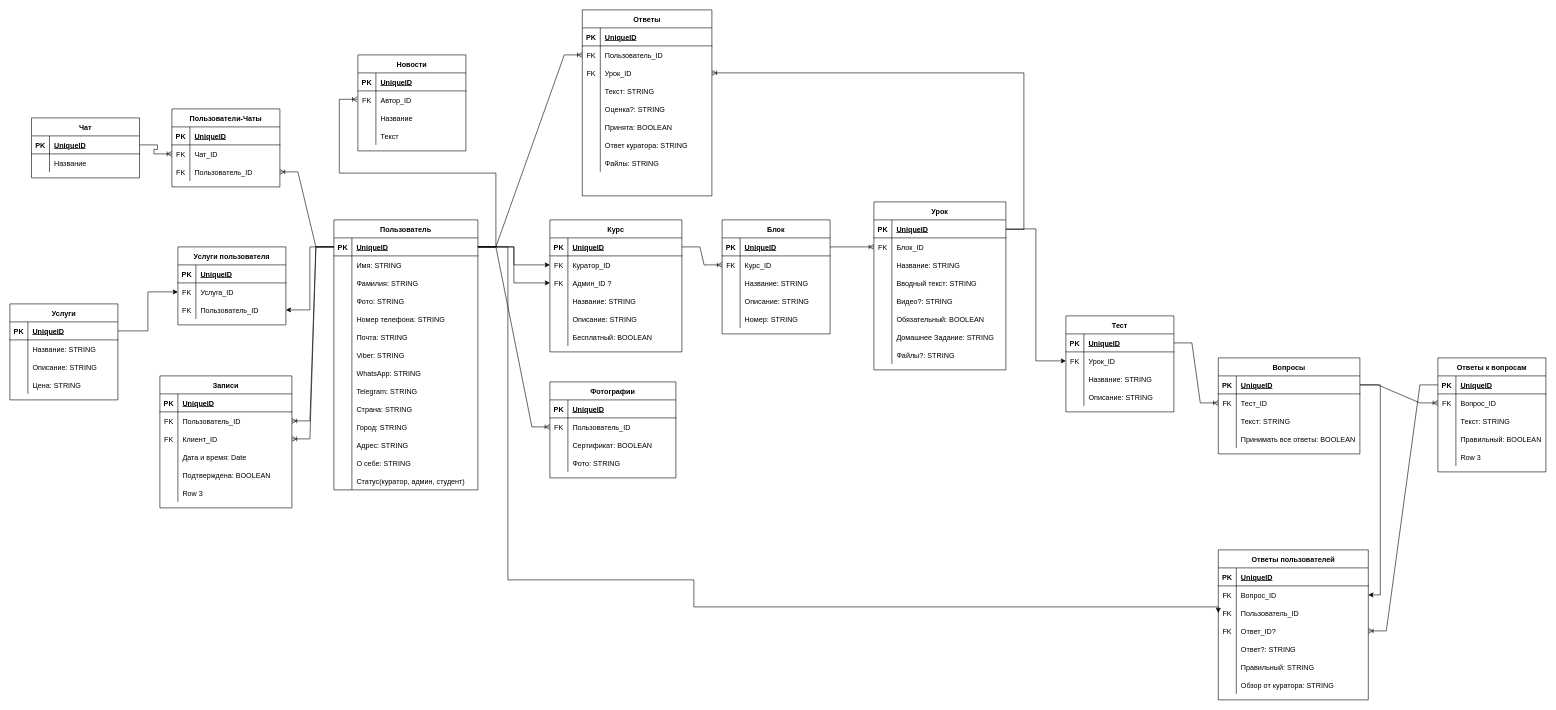
Above: Untitled Diagram.drawio in Isas2g/- (draw.io), before the change. Source tidied: cells renumbered, new cells numbered last; positions are measured from the earlier drawing's top-left corner, leaving out a move shared by most shapes. Both pictures are drawn from the tidied source at 60%, with x=0, y=0 at pixel (10, 10).
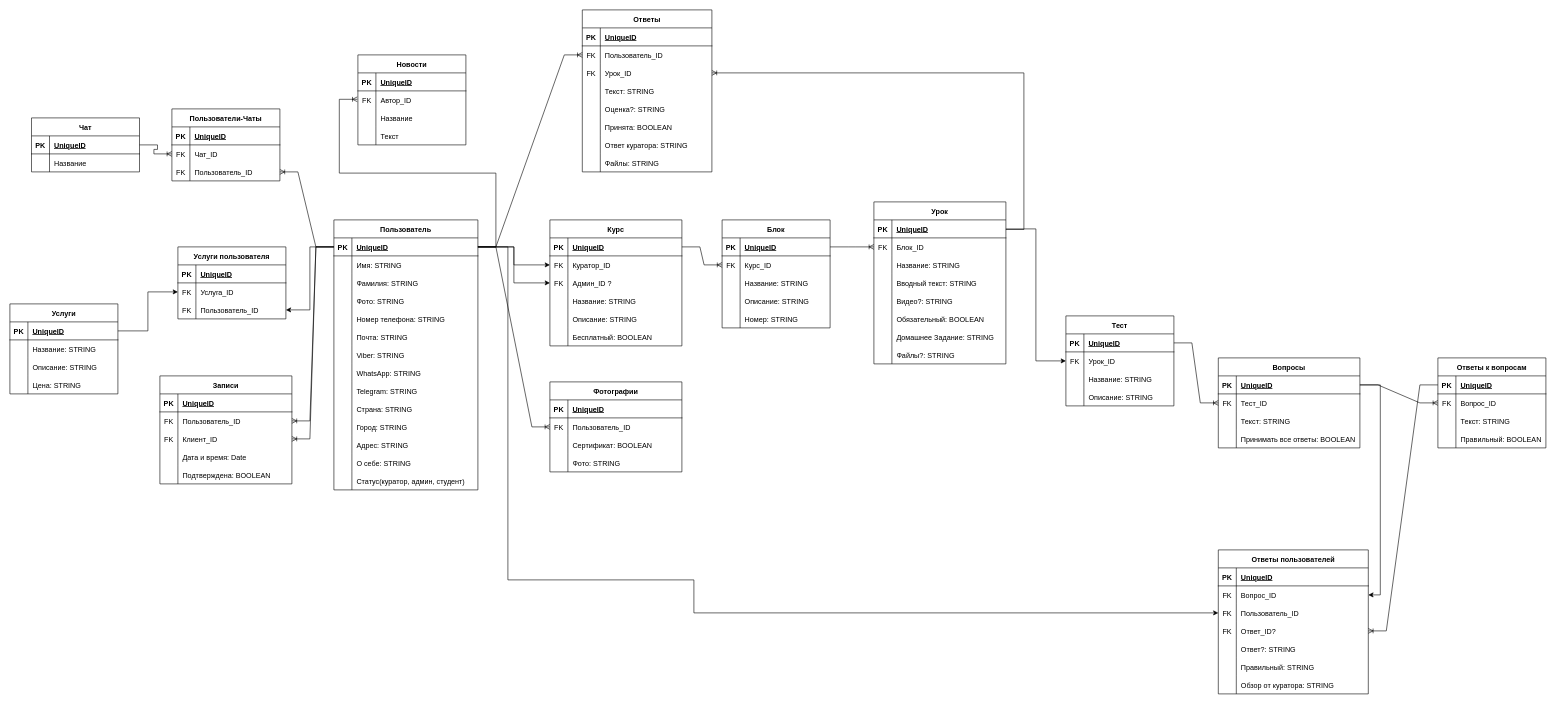
After the change.

Unchanged cells that the change refers to:
```xml
<mxCell id="3" style="shape=tableRow;horizontal=0;startSize=0;swimlaneHead=0;swimlaneBody=0;fillColor=none;points=[[0,0.5],[1,0.5]];portConstraint=eastwest;top=0;left=0;right=0;bottom=1;" parent="2" vertex="1">
  <mxGeometry y="30" width="240" height="30" as="geometry" />
</mxCell>
<mxCell id="269" style="shape=tableRow;horizontal=0;startSize=0;swimlaneHead=0;swimlaneBody=0;fillColor=none;points=[[0,0.5],[1,0.5]];portConstraint=eastwest;top=0;left=0;right=0;bottom=0;" parent="262" vertex="1">
  <mxGeometry y="90" width="250" height="30" as="geometry" />
</mxCell>
```

The edit, as a diff of the source:
```diff
@@
     <mxCell id="45" value="Новости" style="shape=table;startSize=30;childLayout=tableLayout;rowLines=0;fontStyle=1;align=center;" parent="1" vertex="1">
-      <mxGeometry x="580" y="75" width="180" height="160" as="geometry" />
+      <mxGeometry x="580" y="75" width="180" height="150" as="geometry" />
     </mxCell>
@@
     <mxCell id="58" value="Курс" style="shape=table;startSize=30;childLayout=tableLayout;rowLines=0;fontStyle=1;align=center;" parent="1" vertex="1">
-      <mxGeometry x="900" y="350" width="220" height="220" as="geometry" />
+      <mxGeometry x="900" y="350" width="220" height="210" as="geometry" />
     </mxCell>
@@
     <mxCell id="79" value="Урок" style="shape=table;startSize=30;childLayout=tableLayout;rowLines=0;fontStyle=1;align=center;" parent="1" vertex="1">
-      <mxGeometry x="1440" y="320" width="220" height="280" as="geometry" />
+      <mxGeometry x="1440" y="320" width="220" height="270" as="geometry" />
     </mxCell>
@@
     <mxCell id="104" value="Блок" style="shape=table;startSize=30;childLayout=tableLayout;rowLines=0;fontStyle=1;align=center;" parent="1" vertex="1">
-      <mxGeometry x="1187" y="350" width="180" height="190" as="geometry" />
+      <mxGeometry x="1187" y="350" width="180" height="180" as="geometry" />
     </mxCell>
@@
     <mxCell id="122" value="Фотографии" style="shape=table;startSize=30;childLayout=tableLayout;rowLines=0;fontStyle=1;align=center;" parent="1" vertex="1">
-      <mxGeometry x="900" y="620" width="210" height="160" as="geometry" />
+      <mxGeometry x="900" y="620" width="220" height="150" as="geometry" />
     </mxCell>
     <mxCell id="123" style="shape=tableRow;horizontal=0;startSize=0;swimlaneHead=0;swimlaneBody=0;fillColor=none;top=0;left=0;right=0;bottom=1;" parent="122" vertex="1">
-      <mxGeometry y="30" width="210" height="30" as="geometry" />
+      <mxGeometry y="30" width="220" height="30" as="geometry" />
     </mxCell>
@@
     <mxCell id="125" value="UniqueID" style="shape=partialRectangle;fillColor=none;top=0;left=0;bottom=0;right=0;align=left;spacingLeft=6;fontStyle=5;overflow=hidden;" parent="123" vertex="1">
-      <mxGeometry x="30" width="180" height="30" as="geometry" />
+      <mxGeometry x="30" width="190" height="30" as="geometry" />
     </mxCell>
     <mxCell id="126" style="shape=tableRow;horizontal=0;startSize=0;swimlaneHead=0;swimlaneBody=0;fillColor=none;points=[[0,0.5],[1,0.5]];portConstraint=eastwest;top=0;left=0;right=0;bottom=0;" parent="122" vertex="1">
-      <mxGeometry y="60" width="210" height="30" as="geometry" />
+      <mxGeometry y="60" width="220" height="30" as="geometry" />
     </mxCell>
@@
     <mxCell id="128" value="Пользователь_ID" style="shape=partialRectangle;fillColor=none;top=0;left=0;bottom=0;right=0;align=left;spacingLeft=6;fontStyle=0;overflow=hidden;" parent="126" vertex="1">
-      <mxGeometry x="30" width="180" height="30" as="geometry" />
+      <mxGeometry x="30" width="190" height="30" as="geometry" />
     </mxCell>
     <mxCell id="129" style="shape=tableRow;horizontal=0;startSize=0;swimlaneHead=0;swimlaneBody=0;fillColor=none;top=0;left=0;right=0;bottom=0;" parent="122" vertex="1">
-      <mxGeometry y="90" width="210" height="30" as="geometry" />
+      <mxGeometry y="90" width="220" height="30" as="geometry" />
     </mxCell>
@@
     <mxCell id="131" value="Сертификат: BOOLEAN" style="shape=partialRectangle;fillColor=none;top=0;left=0;bottom=0;right=0;align=left;spacingLeft=6;overflow=hidden;" parent="129" vertex="1">
-      <mxGeometry x="30" width="180" height="30" as="geometry" />
+      <mxGeometry x="30" width="190" height="30" as="geometry" />
     </mxCell>
     <mxCell id="132" style="shape=tableRow;horizontal=0;startSize=0;swimlaneHead=0;swimlaneBody=0;fillColor=none;top=0;left=0;right=0;bottom=0;" parent="122" vertex="1">
-      <mxGeometry y="120" width="210" height="30" as="geometry" />
+      <mxGeometry y="120" width="220" height="30" as="geometry" />
     </mxCell>
@@
     <mxCell id="134" value="Фото: STRING" style="shape=partialRectangle;fillColor=none;top=0;left=0;bottom=0;right=0;align=left;spacingLeft=6;overflow=hidden;" parent="132" vertex="1">
-      <mxGeometry x="30" width="180" height="30" as="geometry" />
+      <mxGeometry x="30" width="190" height="30" as="geometry" />
     </mxCell>
@@
     <mxCell id="136" value="Услуги" style="shape=table;startSize=30;childLayout=tableLayout;rowLines=0;fontStyle=1;align=center;" parent="1" vertex="1">
-      <mxGeometry y="490" width="180" height="160" as="geometry" />
+      <mxGeometry y="490" width="180" height="150" as="geometry" />
     </mxCell>
@@
     <mxCell id="149" value="Услуги пользователя" style="shape=table;startSize=30;childLayout=tableLayout;rowLines=0;fontStyle=1;align=center;" parent="1" vertex="1">
-      <mxGeometry x="280" y="395" width="180" height="130" as="geometry" />
+      <mxGeometry x="280" y="395" width="180" height="120" as="geometry" />
     </mxCell>
@@
     <mxCell id="161" value="Ответы" style="shape=table;startSize=30;childLayout=tableLayout;rowLines=0;fontStyle=1;align=center;" parent="1" vertex="1">
-      <mxGeometry x="954" width="216" height="310" as="geometry" />
+      <mxGeometry x="954" width="216" height="270" as="geometry" />
     </mxCell>
@@
     <mxCell id="188" value="Записи" style="shape=table;startSize=30;childLayout=tableLayout;rowLines=0;fontStyle=1;align=center;" parent="1" vertex="1">
-      <mxGeometry x="250" y="610" width="220" height="220" as="geometry" />
+      <mxGeometry x="250" y="610" width="220" height="180" as="geometry" />
     </mxCell>
@@
-    <mxCell id="204" style="shape=tableRow;horizontal=0;startSize=0;swimlaneHead=0;swimlaneBody=0;fillColor=none;top=0;left=0;right=0;bottom=0;" parent="188" vertex="1">
-      <mxGeometry y="180" width="220" height="30" as="geometry" />
-    </mxCell>
-    <mxCell id="205" style="shape=partialRectangle;fillColor=none;top=0;left=0;bottom=0;right=0;overflow=hidden;" parent="204" vertex="1">
-      <mxGeometry width="30" height="30" as="geometry" />
-    </mxCell>
-    <mxCell id="206" value="Row 3" style="shape=partialRectangle;fillColor=none;top=0;left=0;bottom=0;right=0;align=left;spacingLeft=6;overflow=hidden;" parent="204" vertex="1">
-      <mxGeometry x="30" width="190" height="30" as="geometry" />
-    </mxCell>
@@
     <mxCell id="209" value="Чат" style="shape=table;startSize=30;childLayout=tableLayout;rowLines=0;fontStyle=1;align=center;" parent="1" vertex="1">
-      <mxGeometry x="36" y="180" width="180" height="100" as="geometry" />
+      <mxGeometry x="36" y="180" width="180" height="90" as="geometry" />
     </mxCell>
@@
     <mxCell id="217" value="Тест" style="shape=table;startSize=30;childLayout=tableLayout;rowLines=0;fontStyle=1;align=center;" parent="1" vertex="1">
-      <mxGeometry x="1760" y="510" width="180" height="160" as="geometry" />
+      <mxGeometry x="1760" y="510" width="180" height="150" as="geometry" />
     </mxCell>
@@
     <mxCell id="231" value="Вопросы" style="shape=table;startSize=30;childLayout=tableLayout;rowLines=0;fontStyle=1;align=center;" parent="1" vertex="1">
-      <mxGeometry x="2014" y="580" width="236" height="160" as="geometry" />
+      <mxGeometry x="2014" y="580" width="236" height="150" as="geometry" />
     </mxCell>
@@
     <mxCell id="245" value="Ответы к вопросам" style="shape=table;startSize=30;childLayout=tableLayout;rowLines=0;fontStyle=1;align=center;" parent="1" vertex="1">
-      <mxGeometry x="2380" y="580" width="180" height="190" as="geometry" />
+      <mxGeometry x="2380" y="580" width="180" height="150" as="geometry" />
     </mxCell>
@@
-    <mxCell id="258" style="shape=tableRow;horizontal=0;startSize=0;swimlaneHead=0;swimlaneBody=0;fillColor=none;top=0;left=0;right=0;bottom=0;" parent="245" vertex="1">
-      <mxGeometry y="150" width="180" height="30" as="geometry" />
-    </mxCell>
-    <mxCell id="259" style="shape=partialRectangle;fillColor=none;top=0;left=0;bottom=0;right=0;overflow=hidden;" parent="258" vertex="1">
-      <mxGeometry width="30" height="30" as="geometry" />
-    </mxCell>
-    <mxCell id="260" value="Row 3" style="shape=partialRectangle;fillColor=none;top=0;left=0;bottom=0;right=0;align=left;spacingLeft=6;overflow=hidden;" parent="258" vertex="1">
-      <mxGeometry x="30" width="150" height="30" as="geometry" />
-    </mxCell>
@@
     <mxCell id="262" value="Ответы пользователей" style="shape=table;startSize=30;childLayout=tableLayout;rowLines=0;fontStyle=1;align=center;" parent="1" vertex="1">
-      <mxGeometry x="2014" y="900" width="250" height="250" as="geometry" />
+      <mxGeometry x="2014" y="900" width="250" height="240" as="geometry" />
     </mxCell>
@@
     <mxCell id="285" style="edgeStyle=orthogonalEdgeStyle;rounded=0;jettySize=auto;html=1;exitX=1;exitY=0.5;exitDx=0;exitDy=0;entryX=0;entryY=0.5;entryDx=0;entryDy=0;" parent="1" edge="1" source="3" target="269">
       <mxGeometry relative="1" as="geometry">
         <Array as="points">
           <mxPoint x="830" y="395" />
           <mxPoint x="830" y="950" />
           <mxPoint x="1140" y="950" />
-          <mxPoint x="1140" y="995" />
+          <mxPoint x="1140" y="1005" />
         </Array>
       </mxGeometry>
     </mxCell>
@@
     <mxCell id="287" value="Пользователи-Чаты" style="shape=table;startSize=30;childLayout=tableLayout;rowLines=0;fontStyle=1;align=center;" parent="1" vertex="1">
-      <mxGeometry x="270" y="165" width="180" height="130" as="geometry" />
+      <mxGeometry x="270" y="165" width="180" height="120" as="geometry" />
     </mxCell>
```
